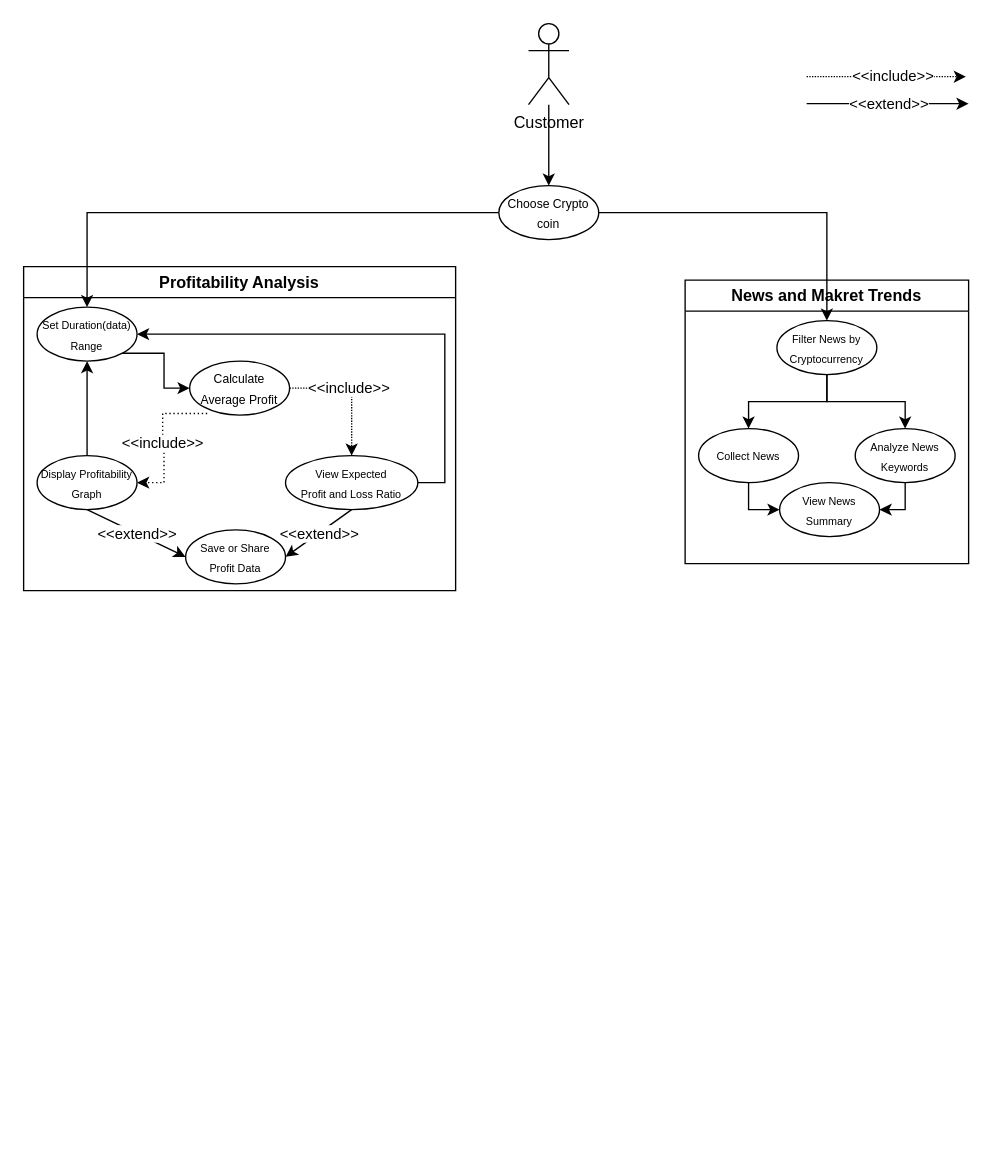
This is bitcoin.drawio from Sritone/OOAD, a draw.io file, before an edit. Source tidied: cells renumbered, new cells numbered last; positions are measured from the earlier drawing's top-left corner, leaving out a move shared by most shapes. Both pictures are drawn from the tidied source at 135%, with x=0, y=0 at pixel (23, 23).
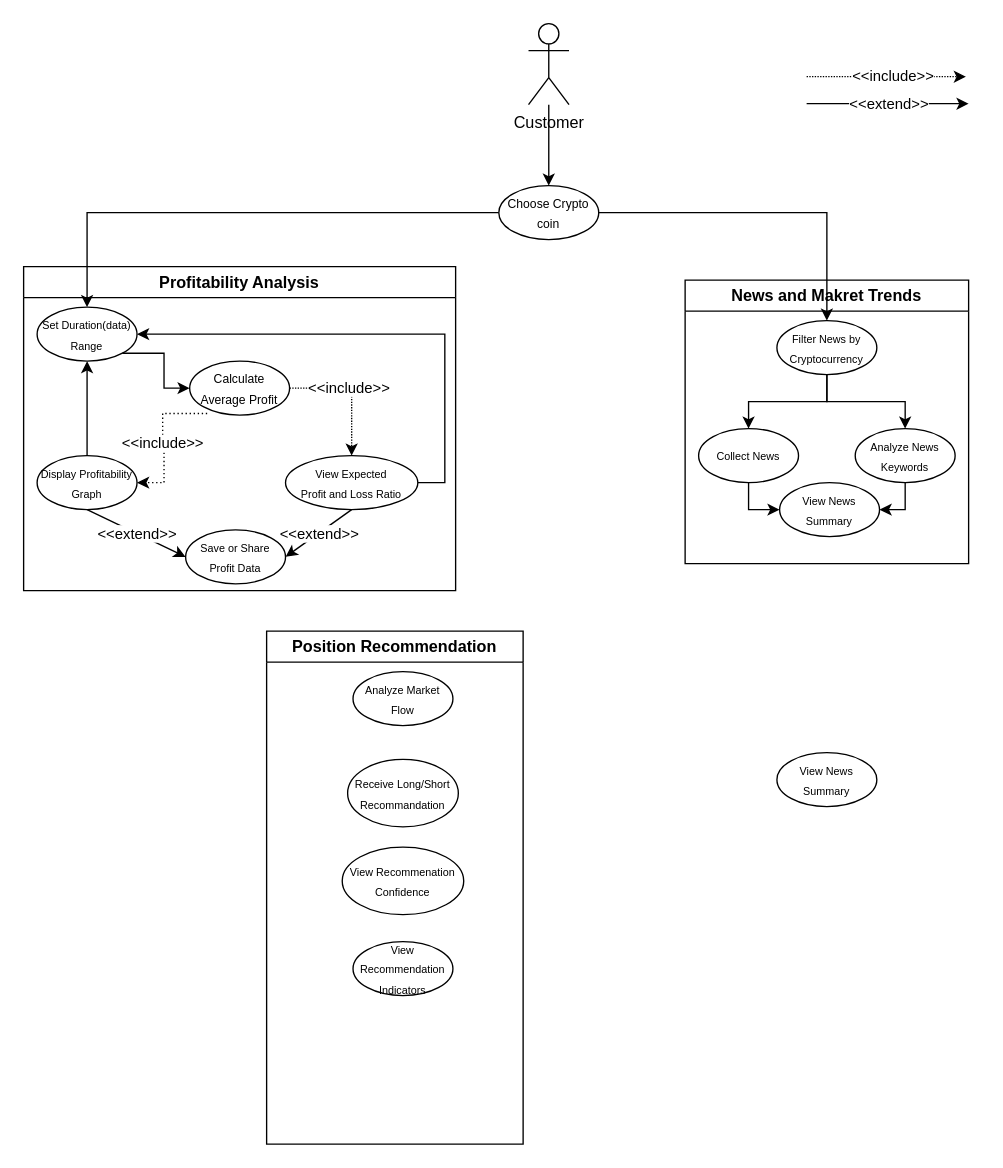
The same page after the edit.

Diff of the diagram source:
```diff
@@
+    <mxCell id="37" value="Position Recommendation" style="swimlane;whiteSpace=wrap;html=1;" parent="1" vertex="1">
+      <mxGeometry x="180" y="450" width="190" height="380" as="geometry" />
+    </mxCell>
+    <mxCell id="38" value="&lt;font style=&quot;font-size: 8px;&quot;&gt;Analyze Market Flow&lt;/font&gt;" style="ellipse;whiteSpace=wrap;html=1;" parent="37" vertex="1">
+      <mxGeometry x="64" y="30" width="74" height="40" as="geometry" />
+    </mxCell>
+    <mxCell id="39" value="&lt;span style=&quot;font-size: 8px;&quot;&gt;Receive Long/Short Recommandation&lt;/span&gt;" style="ellipse;whiteSpace=wrap;html=1;" parent="37" vertex="1">
+      <mxGeometry x="60" y="95" width="82" height="50" as="geometry" />
+    </mxCell>
+    <mxCell id="40" value="&lt;font style=&quot;font-size: 8px;&quot;&gt;View Recommenation Confidence&lt;/font&gt;" style="ellipse;whiteSpace=wrap;html=1;" parent="37" vertex="1">
+      <mxGeometry x="56" y="160" width="90" height="50" as="geometry" />
+    </mxCell>
+    <mxCell id="41" value="&lt;span style=&quot;font-size: 8px;&quot;&gt;View Recommendation Indicators&lt;/span&gt;" style="ellipse;whiteSpace=wrap;html=1;" parent="37" vertex="1">
+      <mxGeometry x="64" y="230" width="74" height="40" as="geometry" />
+    </mxCell>
+    <mxCell id="42" value="&lt;font style=&quot;font-size: 8px;&quot;&gt;View News Summary&lt;/font&gt;" style="ellipse;whiteSpace=wrap;html=1;" parent="1" vertex="1">
+      <mxGeometry x="558" y="540" width="74" height="40" as="geometry" />
+    </mxCell>
```
